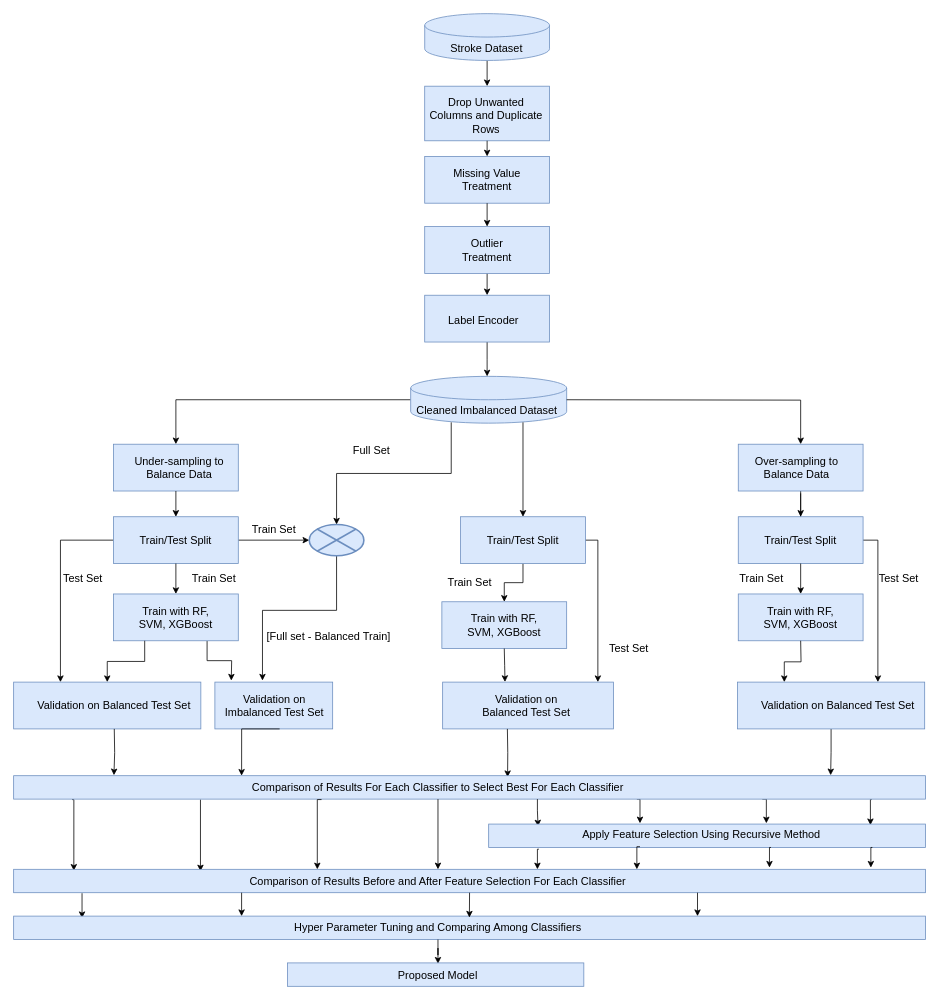
This is Proposed model.drawio from dimitrykhan/MyNGWarriors, a draw.io file, before an edit. Source tidied: cells renumbered, new cells numbered last; positions are measured from the earlier drawing's top-left corner, leaving out a move shared by most shapes. Both pictures are drawn from the tidied source at 78%, with x=0, y=0 at pixel (13, 13).
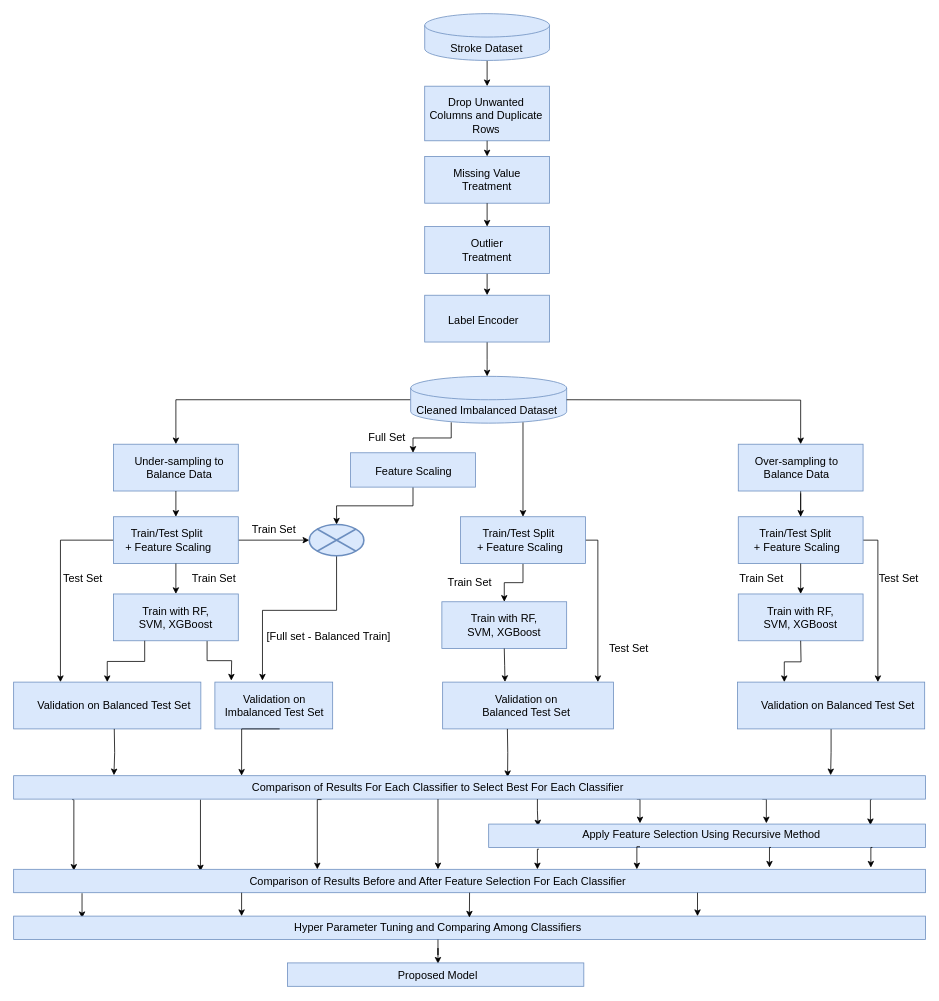
The same diagram, later.

Unchanged cells that the change refers to:
```xml
<mxCell id="19" value="&lt;font style=&quot;font-size: 14px;&quot;&gt;Cleaned Imbalanced Dataset&lt;/font&gt;" style="text;html=1;strokeColor=none;fillColor=none;align=center;verticalAlign=middle;whiteSpace=wrap;rounded=0;" parent="1" vertex="1">
  <mxGeometry x="515" y="494" width="184" height="30" as="geometry" />
</mxCell>
<mxCell id="25" style="rounded=0;whiteSpace=wrap;html=1;fillColor=#dae8fc;strokeColor=#6c8ebf;" parent="1" vertex="1">
  <mxGeometry x="929" y="552" width="160" height="60" as="geometry" />
</mxCell>
<mxCell id="87" style="verticalLabelPosition=bottom;verticalAlign=top;html=1;shape=mxgraph.flowchart.or;fontSize=14;strokeWidth=2;fillColor=#dae8fc;strokeColor=#6c8ebf;" parent="1" vertex="1">
  <mxGeometry x="379" y="655" width="70" height="40" as="geometry" />
</mxCell>
```

Change to the diagram source:
```diff
@@
-    <mxCell id="18" style="edgeStyle=orthogonalEdgeStyle;rounded=0;jettySize=auto;html=1;exitX=0.25;exitY=1;exitDx=0;exitDy=0;fontSize=14;" parent="1" edge="1" source="19" target="87">
+    <mxCell id="18" style="edgeStyle=orthogonalEdgeStyle;rounded=0;jettySize=auto;html=1;fontSize=14;" parent="1" edge="1" source="106" target="87">
       <mxGeometry relative="1" as="geometry" />
     </mxCell>
+    <mxCell id="103" style="edgeStyle=orthogonalEdgeStyle;rounded=0;jettySize=auto;html=1;exitX=0.25;exitY=1;exitDx=0;exitDy=0;entryX=0.5;entryY=0;entryDx=0;entryDy=0;fontSize=14;" parent="1" edge="1" source="19" target="106">
+      <mxGeometry relative="1" as="geometry" />
+    </mxCell>
@@
-    <mxCell id="24" style="edgeStyle=none;rounded=0;jettySize=auto;html=1;fontSize=14;" parent="1" edge="1" source="25" target="35">
-      <mxGeometry relative="1" as="geometry" />
+    <mxCell id="24" style="edgeStyle=none;rounded=0;jettySize=auto;html=1;fontSize=14;" parent="1" edge="1" source="25">
+      <mxGeometry relative="1" as="geometry">
+        <mxPoint x="1009" y="660" as="targetPoint" />
+      </mxGeometry>
     </mxCell>
@@
-    <mxCell id="31" value="&lt;font style=&quot;font-size: 14px;&quot;&gt;Train/Test Split&lt;/font&gt;" style="text;html=1;strokeColor=none;fillColor=none;align=center;verticalAlign=middle;whiteSpace=wrap;rounded=0;" parent="1" vertex="1">
-      <mxGeometry x="158" y="660" width="100" height="30" as="geometry" />
+    <mxCell id="31" value="&lt;font style=&quot;font-size: 14px;&quot;&gt;Train/Test Split&amp;nbsp;&lt;br&gt;+ Feature Scaling&lt;br&gt;&lt;/font&gt;" style="text;html=1;strokeColor=none;fillColor=none;align=center;verticalAlign=middle;whiteSpace=wrap;rounded=0;" parent="1" vertex="1">
+      <mxGeometry x="139" y="660" width="119" height="30" as="geometry" />
     </mxCell>
@@
-    <mxCell id="35" value="&lt;font style=&quot;font-size: 14px;&quot;&gt;Train/Test Split&lt;/font&gt;" style="text;html=1;strokeColor=none;fillColor=none;align=center;verticalAlign=middle;whiteSpace=wrap;rounded=0;" parent="1" vertex="1">
-      <mxGeometry x="959" y="660" width="100" height="30" as="geometry" />
-    </mxCell>
@@
-    <mxCell id="52" value="&lt;font style=&quot;font-size: 14px;&quot;&gt;Train/Test Split&lt;/font&gt;" style="text;html=1;strokeColor=none;fillColor=none;align=center;verticalAlign=middle;whiteSpace=wrap;rounded=0;" parent="1" vertex="1">
-      <mxGeometry x="603" y="660" width="100" height="30" as="geometry" />
-    </mxCell>
@@
     <mxCell id="88" value="Full Set" style="text;html=1;strokeColor=none;fillColor=none;align=center;verticalAlign=middle;whiteSpace=wrap;rounded=0;fontSize=14;" parent="1" vertex="1">
-      <mxGeometry x="429" y="545" width="60" height="30" as="geometry" />
+      <mxGeometry x="449" y="528" width="60" height="30" as="geometry" />
     </mxCell>
@@
+    <mxCell id="104" value="&lt;font style=&quot;font-size: 14px;&quot;&gt;Train/Test Split&amp;nbsp;&lt;br&gt;+ Feature Scaling&lt;br&gt;&lt;/font&gt;" style="text;html=1;strokeColor=none;fillColor=none;align=center;verticalAlign=middle;whiteSpace=wrap;rounded=0;" parent="1" vertex="1">
+      <mxGeometry x="590" y="660" width="119" height="30" as="geometry" />
+    </mxCell>
+    <mxCell id="105" value="&lt;font style=&quot;font-size: 14px;&quot;&gt;Train/Test Split&amp;nbsp;&lt;br&gt;+ Feature Scaling&lt;br&gt;&lt;/font&gt;" style="text;html=1;strokeColor=none;fillColor=none;align=center;verticalAlign=middle;whiteSpace=wrap;rounded=0;" parent="1" vertex="1">
+      <mxGeometry x="944.5" y="660" width="119" height="30" as="geometry" />
+    </mxCell>
+    <mxCell id="106" style="rounded=0;whiteSpace=wrap;html=1;fillColor=#dae8fc;strokeColor=#6c8ebf;" parent="1" vertex="1">
+      <mxGeometry x="432" y="563" width="160" height="44" as="geometry" />
+    </mxCell>
+    <mxCell id="107" value="&lt;font style=&quot;font-size: 14px;&quot;&gt;Feature Scaling&lt;br&gt;&lt;/font&gt;" style="text;html=1;strokeColor=none;fillColor=none;align=center;verticalAlign=middle;whiteSpace=wrap;rounded=0;" parent="1" vertex="1">
+      <mxGeometry x="453" y="575.5" width="119.5" height="22.5" as="geometry" />
+    </mxCell>
```
